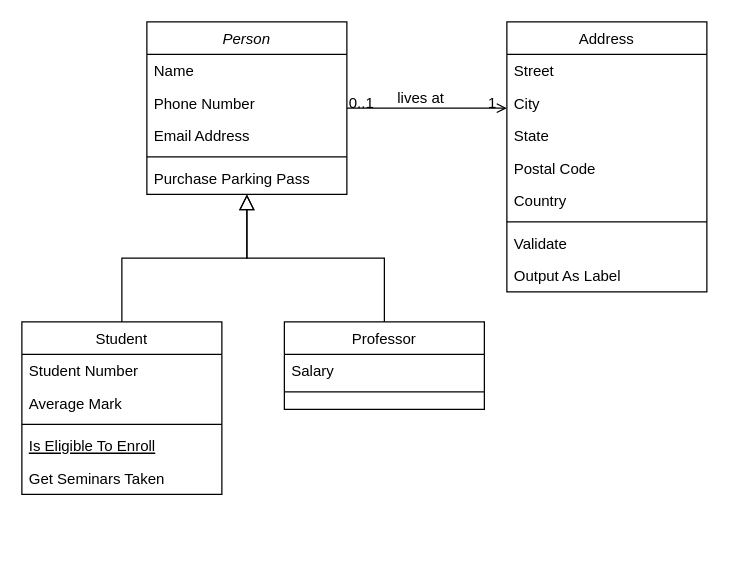
The draw.io diagram Untitled Diagram.drawio in soo941226/repo-subak, before the edit. Source tidied: cells renumbered, new cells numbered last; positions are measured from the earlier drawing's top-left corner, leaving out a move shared by most shapes. Both pictures are drawn from the tidied source at 125%, with x=0, y=0 at pixel (21, 21).
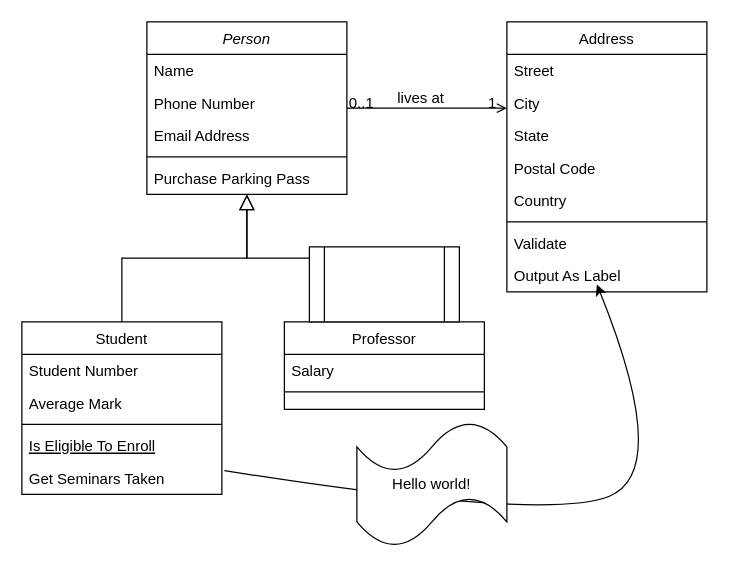
The same diagram, later.

Unchanged cells that the change refers to:
```xml
<mxCell id="13" value="Get Seminars Taken" style="text;align=left;verticalAlign=top;spacingLeft=4;spacingRight=4;overflow=hidden;points=[[0,0.5],[1,0.5]];portConstraint=eastwest;" parent="8" vertex="1">
  <mxGeometry y="112" width="160" height="26" as="geometry" />
</mxCell>
```

Diff of the diagram source:
```diff
@@
+    <mxCell id="32" style="shape=process;whiteSpace=wrap;html=1;backgroundOutline=1;" parent="1" vertex="1">
+      <mxGeometry x="230" y="180" width="120" height="60" as="geometry" />
+    </mxCell>
+    <mxCell id="33" style="curved=1;endArrow=classic;html=1;exitX=1.013;exitY=0.269;exitDx=0;exitDy=0;exitPerimeter=0;" parent="1" edge="1" source="13">
+      <mxGeometry relative="1" as="geometry">
+        <mxPoint x="460" y="210" as="targetPoint" />
+        <Array as="points">
+          <mxPoint x="420" y="400" />
+          <mxPoint x="520" y="359" />
+        </Array>
+      </mxGeometry>
+    </mxCell>
+    <mxCell id="34" value="Hello world!" style="shape=tape;whiteSpace=wrap;html=1;" parent="1" vertex="1">
+      <mxGeometry x="268" y="320" width="120" height="100" as="geometry" />
+    </mxCell>
```
